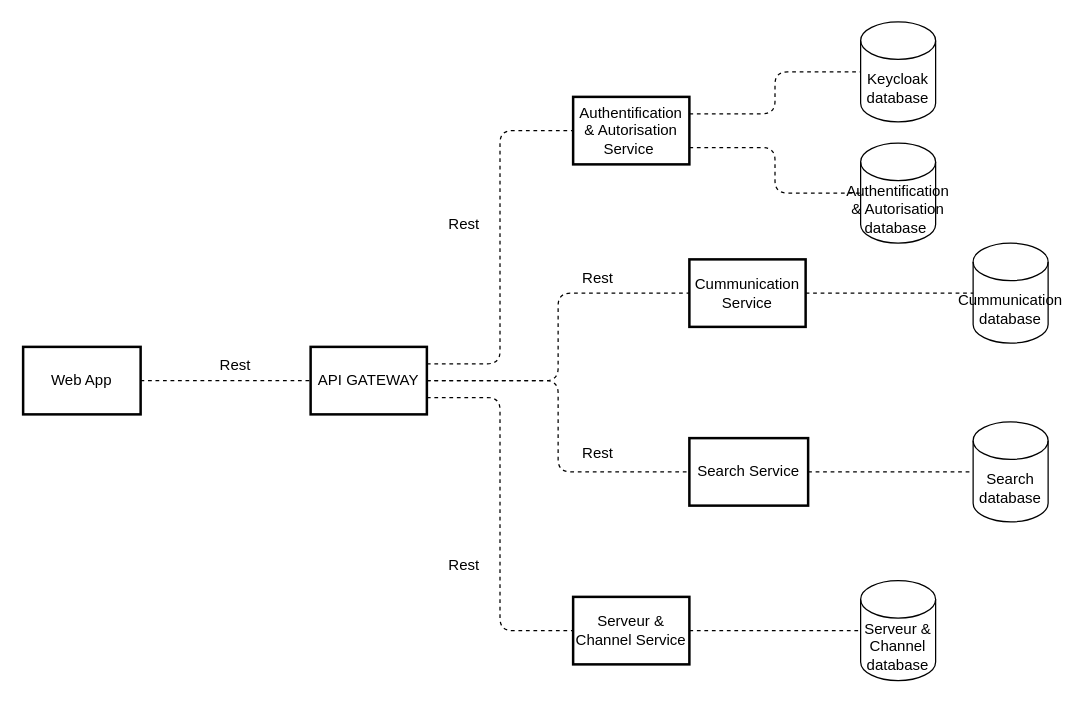
This is diagramme/Architecture-Diagram.drawio from benoit-planche/tda-beep, a draw.io file, before an edit. Source tidied: cells renumbered, new cells numbered last; positions are measured from the earlier drawing's top-left corner, leaving out a move shared by most shapes. Both pictures are drawn from the tidied source at 125%, with x=0, y=0 at pixel (22, 21).
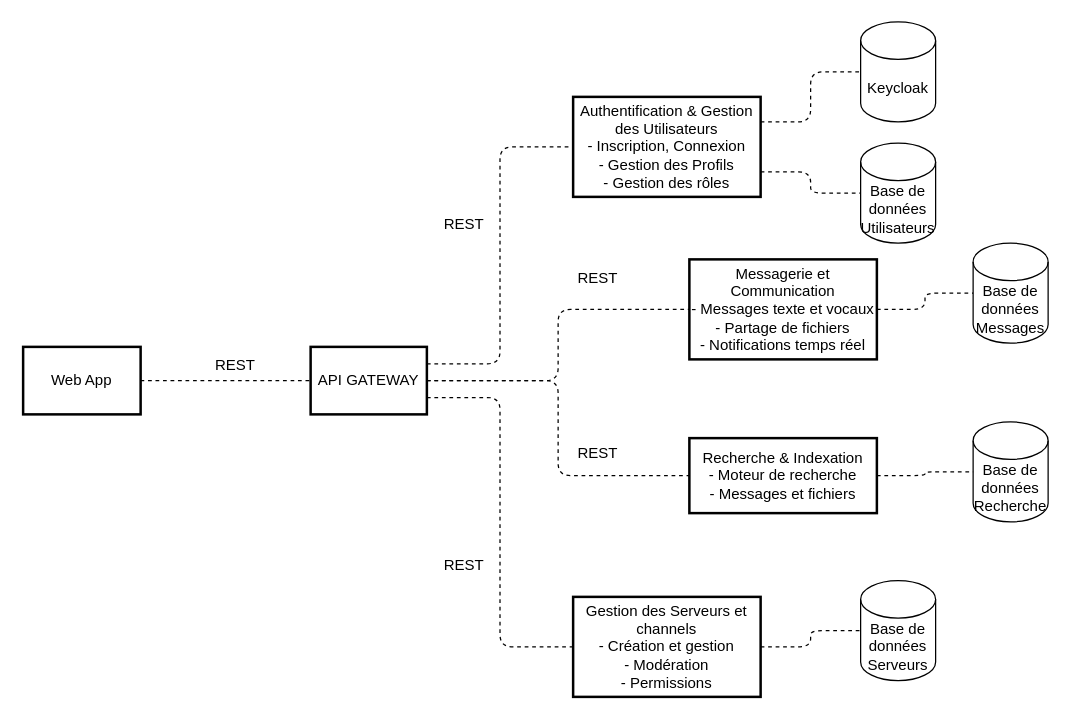
The same diagram, later.

The edit, as a diff of the source:
```diff
@@
-    <mxCell id="5" value="Authentification &amp; Autorisation Service " style="whiteSpace=wrap;strokeWidth=2;" parent="1" vertex="1">
-      <mxGeometry x="440" y="60" width="93" height="54" as="geometry" />
+    <mxCell id="5" value="Authentification &amp; Gestion des Utilisateurs&#10;- Inscription, Connexion&#10;- Gestion des Profils&#10;- Gestion des rôles" style="whiteSpace=wrap;strokeWidth=2;" parent="1" vertex="1">
+      <mxGeometry x="440" y="60" width="150" height="80" as="geometry" />
     </mxCell>
@@
-    <mxCell id="7" value="Cummunication Service" style="whiteSpace=wrap;strokeWidth=2;" parent="1" vertex="1">
-      <mxGeometry x="533" y="190" width="93" height="54" as="geometry" />
+    <mxCell id="7" value="Messagerie et Communication&#10;- Messages texte et vocaux&#10;- Partage de fichiers&#10;- Notifications temps réel" style="whiteSpace=wrap;strokeWidth=2;" parent="1" vertex="1">
+      <mxGeometry x="533" y="190" width="150" height="80" as="geometry" />
     </mxCell>
-    <mxCell id="8" value="Search Service" style="whiteSpace=wrap;strokeWidth=2;" parent="1" vertex="1">
-      <mxGeometry x="533" y="333" width="95" height="54" as="geometry" />
+    <mxCell id="8" value="Recherche &amp; Indexation&#10;- Moteur de recherche&#10;- Messages et fichiers" style="whiteSpace=wrap;strokeWidth=2;" parent="1" vertex="1">
+      <mxGeometry x="533" y="333" width="150" height="60" as="geometry" />
     </mxCell>
-    <mxCell id="9" value="Serveur &amp; Channel Service" style="whiteSpace=wrap;strokeWidth=2;" parent="1" vertex="1">
-      <mxGeometry x="440" y="460" width="93" height="54" as="geometry" />
+    <mxCell id="9" value="Gestion des Serveurs et channels&#10;- Création et gestion&#10;- Modération&#10;- Permissions" style="whiteSpace=wrap;strokeWidth=2;" parent="1" vertex="1">
+      <mxGeometry x="440" y="460" width="150" height="80" as="geometry" />
     </mxCell>
@@
-    <mxCell id="13" value="Authentification &amp;amp; Autorisation database&lt;span style=&quot;background-color: transparent; color: light-dark(rgb(0, 0, 0), rgb(255, 255, 255));&quot;&gt;&amp;nbsp;&lt;/span&gt;" style="shape=cylinder3;whiteSpace=wrap;html=1;boundedLbl=1;backgroundOutline=1;size=15;" parent="1" vertex="1">
+    <mxCell id="13" value="Base de données&#10;Utilisateurs" style="shape=cylinder3;whiteSpace=wrap;html=1;boundedLbl=1;backgroundOutline=1;size=15;" parent="1" vertex="1">
       <mxGeometry x="670" y="97" width="60" height="80" as="geometry" />
     </mxCell>
-    <mxCell id="14" value="Cummunication database" style="shape=cylinder3;whiteSpace=wrap;html=1;boundedLbl=1;backgroundOutline=1;size=15;" parent="1" vertex="1">
+    <mxCell id="14" value="Base de données&#10;Messages" style="shape=cylinder3;whiteSpace=wrap;html=1;boundedLbl=1;backgroundOutline=1;size=15;" parent="1" vertex="1">
       <mxGeometry x="760" y="177" width="60" height="80" as="geometry" />
     </mxCell>
-    <mxCell id="15" value="Search database" style="shape=cylinder3;whiteSpace=wrap;html=1;boundedLbl=1;backgroundOutline=1;size=15;" parent="1" vertex="1">
+    <mxCell id="15" value="Base de données&#10;Recherche" style="shape=cylinder3;whiteSpace=wrap;html=1;boundedLbl=1;backgroundOutline=1;size=15;" parent="1" vertex="1">
       <mxGeometry x="760" y="320" width="60" height="80" as="geometry" />
     </mxCell>
-    <mxCell id="16" value="Serveur &amp;amp; Channel database" style="shape=cylinder3;whiteSpace=wrap;html=1;boundedLbl=1;backgroundOutline=1;size=15;" parent="1" vertex="1">
+    <mxCell id="16" value="Base de données&#10;Serveurs" style="shape=cylinder3;whiteSpace=wrap;html=1;boundedLbl=1;backgroundOutline=1;size=15;" parent="1" vertex="1">
       <mxGeometry x="670" y="447" width="60" height="80" as="geometry" />
     </mxCell>
-    <mxCell id="17" value="Keycloak database" style="shape=cylinder3;whiteSpace=wrap;html=1;boundedLbl=1;backgroundOutline=1;size=15;" parent="1" vertex="1">
+    <mxCell id="17" value="Keycloak" style="shape=cylinder3;whiteSpace=wrap;html=1;boundedLbl=1;backgroundOutline=1;size=15;" parent="1" vertex="1">
       <mxGeometry x="670" width="60" height="80" as="geometry" />
     </mxCell>
@@
-    <mxCell id="23" value="Rest" style="text;html=1;align=center;verticalAlign=middle;whiteSpace=wrap;rounded=0;" parent="1" vertex="1">
+    <mxCell id="23" value="REST" style="text;html=1;align=center;verticalAlign=middle;whiteSpace=wrap;rounded=0;" parent="1" vertex="1">
       <mxGeometry x="140" y="260" width="60" height="30" as="geometry" />
     </mxCell>
-    <mxCell id="24" value="Rest" style="text;html=1;align=center;verticalAlign=middle;whiteSpace=wrap;rounded=0;" parent="1" vertex="1">
+    <mxCell id="24" value="REST" style="text;html=1;align=center;verticalAlign=middle;whiteSpace=wrap;rounded=0;" parent="1" vertex="1">
       <mxGeometry x="323" y="147" width="60" height="30" as="geometry" />
     </mxCell>
-    <mxCell id="25" value="Rest" style="text;html=1;align=center;verticalAlign=middle;whiteSpace=wrap;rounded=0;" parent="1" vertex="1">
+    <mxCell id="25" value="REST" style="text;html=1;align=center;verticalAlign=middle;whiteSpace=wrap;rounded=0;" parent="1" vertex="1">
       <mxGeometry x="430" y="190" width="60" height="30" as="geometry" />
     </mxCell>
-    <mxCell id="26" value="Rest" style="text;html=1;align=center;verticalAlign=middle;whiteSpace=wrap;rounded=0;" parent="1" vertex="1">
+    <mxCell id="26" value="REST" style="text;html=1;align=center;verticalAlign=middle;whiteSpace=wrap;rounded=0;" parent="1" vertex="1">
       <mxGeometry x="430" y="330" width="60" height="30" as="geometry" />
     </mxCell>
-    <mxCell id="27" value="Rest" style="text;html=1;align=center;verticalAlign=middle;whiteSpace=wrap;rounded=0;" parent="1" vertex="1">
+    <mxCell id="27" value="REST" style="text;html=1;align=center;verticalAlign=middle;whiteSpace=wrap;rounded=0;" parent="1" vertex="1">
       <mxGeometry x="323" y="420" width="60" height="30" as="geometry" />
     </mxCell>
```
